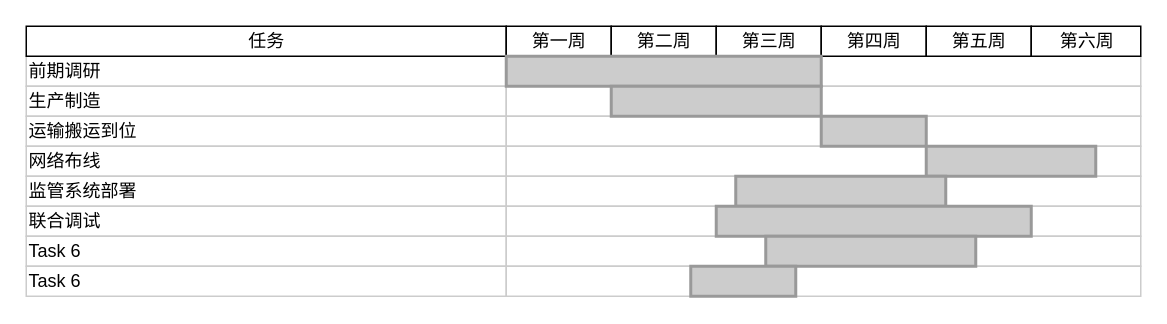
Before: 江苏项目甘特图.drawio in captain188/draw.io, a draw.io diagram. Source tidied: cells renumbered, new cells numbered last; positions are measured from the earlier drawing's top-left corner, leaving out a move shared by most shapes. Both pictures are drawn from the tidied source at 150%, with x=0, y=0 at pixel (26, 26).
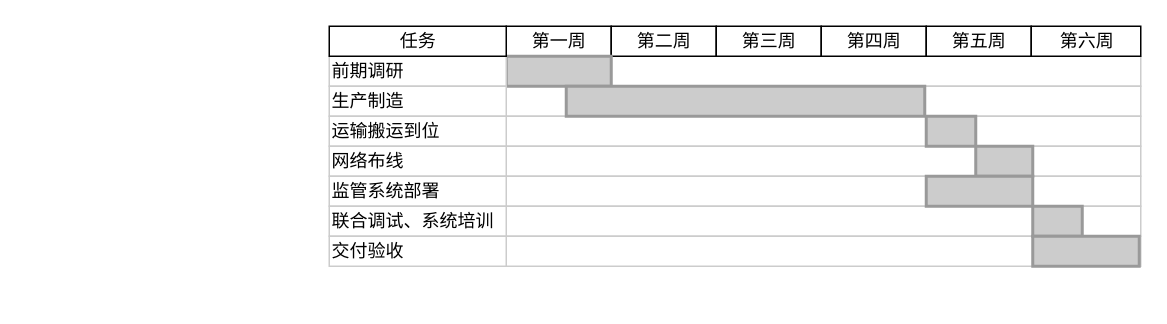
The same page after the edit.

Commit message:
更新江苏项目甘特图.drawio

What changed in the source:
```diff
@@
-    <mxCell id="2" value="前期调研" style="align=left;strokeColor=#CCCCCC;html=1;" parent="1" vertex="1">
-      <mxGeometry y="20" width="320" height="20" as="geometry" />
-    </mxCell>
-    <mxCell id="3" value="生产制造" style="align=left;strokeColor=#CCCCCC;html=1;" parent="1" vertex="1">
-      <mxGeometry y="40" width="320" height="20" as="geometry" />
-    </mxCell>
-    <mxCell id="4" value="运输搬运到位" style="align=left;strokeColor=#CCCCCC;html=1;" parent="1" vertex="1">
-      <mxGeometry y="60" width="320" height="20" as="geometry" />
-    </mxCell>
-    <mxCell id="5" value="网络布线" style="align=left;strokeColor=#CCCCCC;html=1;" parent="1" vertex="1">
-      <mxGeometry y="80" width="320" height="20" as="geometry" />
-    </mxCell>
-    <mxCell id="6" value="监管系统部署" style="align=left;strokeColor=#CCCCCC;html=1;" parent="1" vertex="1">
-      <mxGeometry y="100" width="320" height="20" as="geometry" />
-    </mxCell>
-    <mxCell id="7" value="联合调试" style="align=left;strokeColor=#CCCCCC;html=1;" parent="1" vertex="1">
-      <mxGeometry y="120" width="320" height="20" as="geometry" />
-    </mxCell>
-    <mxCell id="8" value="任务" style="strokeWidth=1;fontStyle=0;html=1;" parent="1" vertex="1">
-      <mxGeometry width="320" height="20" as="geometry" />
-    </mxCell>
-    <mxCell id="9" value="Task 6" style="align=left;strokeColor=#CCCCCC;html=1;" parent="1" vertex="1">
-      <mxGeometry y="140" width="320" height="20" as="geometry" />
-    </mxCell>
-    <mxCell id="10" value="Task 6" style="align=left;strokeColor=#CCCCCC;html=1;" parent="1" vertex="1">
-      <mxGeometry y="160" width="320" height="20" as="geometry" />
-    </mxCell>
@@
-    <mxCell id="24" style="align=left;strokeColor=#CCCCCC;html=1;" parent="1" vertex="1">
-      <mxGeometry x="320" y="160" width="423" height="20" as="geometry" />
-    </mxCell>
     <mxCell id="25" style="whiteSpace=wrap;html=1;strokeWidth=2;fillColor=#CCCCCC;gradientColor=none;fontSize=14;align=center;strokeColor=#999999;" parent="1" vertex="1">
-      <mxGeometry x="320" y="20" width="210" height="20" as="geometry" />
+      <mxGeometry x="320" y="20" width="70" height="20" as="geometry" />
     </mxCell>
     <mxCell id="26" style="whiteSpace=wrap;html=1;strokeWidth=2;fillColor=#CCCCCC;gradientColor=none;fontSize=14;align=center;strokeColor=#999999;" parent="1" vertex="1">
-      <mxGeometry x="390" y="40" width="140" height="20" as="geometry" />
+      <mxGeometry x="360" y="40" width="239" height="20" as="geometry" />
     </mxCell>
     <mxCell id="27" style="whiteSpace=wrap;html=1;strokeWidth=2;fillColor=#CCCCCC;gradientColor=none;fontSize=14;align=center;strokeColor=#999999;" parent="1" vertex="1">
-      <mxGeometry x="530" y="60" width="70" height="20" as="geometry" />
+      <mxGeometry x="600" y="60" width="33" height="20" as="geometry" />
     </mxCell>
     <mxCell id="28" style="whiteSpace=wrap;html=1;strokeWidth=2;fillColor=#CCCCCC;gradientColor=none;fontSize=14;align=center;strokeColor=#999999;" parent="1" vertex="1">
-      <mxGeometry x="600" y="80" width="113" height="20" as="geometry" />
+      <mxGeometry x="633" y="80" width="38" height="20" as="geometry" />
     </mxCell>
     <mxCell id="29" style="whiteSpace=wrap;html=1;strokeWidth=2;fillColor=#CCCCCC;gradientColor=none;fontSize=14;align=center;strokeColor=#999999;" parent="1" vertex="1">
-      <mxGeometry x="473" y="100" width="140" height="20" as="geometry" />
+      <mxGeometry x="600" y="100" width="71" height="20" as="geometry" />
     </mxCell>
     <mxCell id="30" style="whiteSpace=wrap;html=1;strokeWidth=2;fillColor=#CCCCCC;gradientColor=none;fontSize=14;align=center;strokeColor=#999999;" parent="1" vertex="1">
-      <mxGeometry x="460" y="120" width="210" height="20" as="geometry" />
+      <mxGeometry x="671" y="120" width="33" height="20" as="geometry" />
     </mxCell>
     <mxCell id="31" style="whiteSpace=wrap;html=1;strokeWidth=2;fillColor=#CCCCCC;gradientColor=none;fontSize=14;align=center;strokeColor=#999999;" parent="1" vertex="1">
-      <mxGeometry x="493" y="140" width="140" height="20" as="geometry" />
+      <mxGeometry x="671" y="140" width="71" height="20" as="geometry" />
     </mxCell>
-    <mxCell id="32" style="whiteSpace=wrap;html=1;strokeWidth=2;fillColor=#CCCCCC;gradientColor=none;fontSize=14;align=center;strokeColor=#999999;" parent="1" vertex="1">
-      <mxGeometry x="443" y="160" width="70" height="20" as="geometry" />
-    </mxCell>
+    <mxCell id="33" style="group;" parent="1" vertex="1">
+      <mxGeometry x="202" width="118" height="160" as="geometry" />
+    </mxCell>
+    <mxCell id="2" value="前期调研" style="align=left;strokeColor=#CCCCCC;html=1;" parent="33" vertex="1">
+      <mxGeometry y="20" width="118" height="20" as="geometry" />
+    </mxCell>
+    <mxCell id="3" value="生产制造" style="align=left;strokeColor=#CCCCCC;html=1;" parent="33" vertex="1">
+      <mxGeometry y="40" width="118" height="20" as="geometry" />
+    </mxCell>
+    <mxCell id="4" value="运输搬运到位" style="align=left;strokeColor=#CCCCCC;html=1;" parent="33" vertex="1">
+      <mxGeometry y="60" width="118" height="20" as="geometry" />
+    </mxCell>
+    <mxCell id="5" value="网络布线" style="align=left;strokeColor=#CCCCCC;html=1;" parent="33" vertex="1">
+      <mxGeometry y="80" width="118" height="20" as="geometry" />
+    </mxCell>
+    <mxCell id="6" value="监管系统部署" style="align=left;strokeColor=#CCCCCC;html=1;" parent="33" vertex="1">
+      <mxGeometry y="100" width="118" height="20" as="geometry" />
+    </mxCell>
+    <mxCell id="7" value="联合调试、系统培训" style="align=left;strokeColor=#CCCCCC;html=1;" parent="33" vertex="1">
+      <mxGeometry y="120" width="118" height="20" as="geometry" />
+    </mxCell>
+    <mxCell id="8" value="任务" style="strokeWidth=1;fontStyle=0;html=1;" parent="33" vertex="1">
+      <mxGeometry width="118" height="20" as="geometry" />
+    </mxCell>
+    <mxCell id="9" value="交付验收" style="align=left;strokeColor=#CCCCCC;html=1;" parent="33" vertex="1">
+      <mxGeometry y="140" width="118" height="20" as="geometry" />
+    </mxCell>
```
